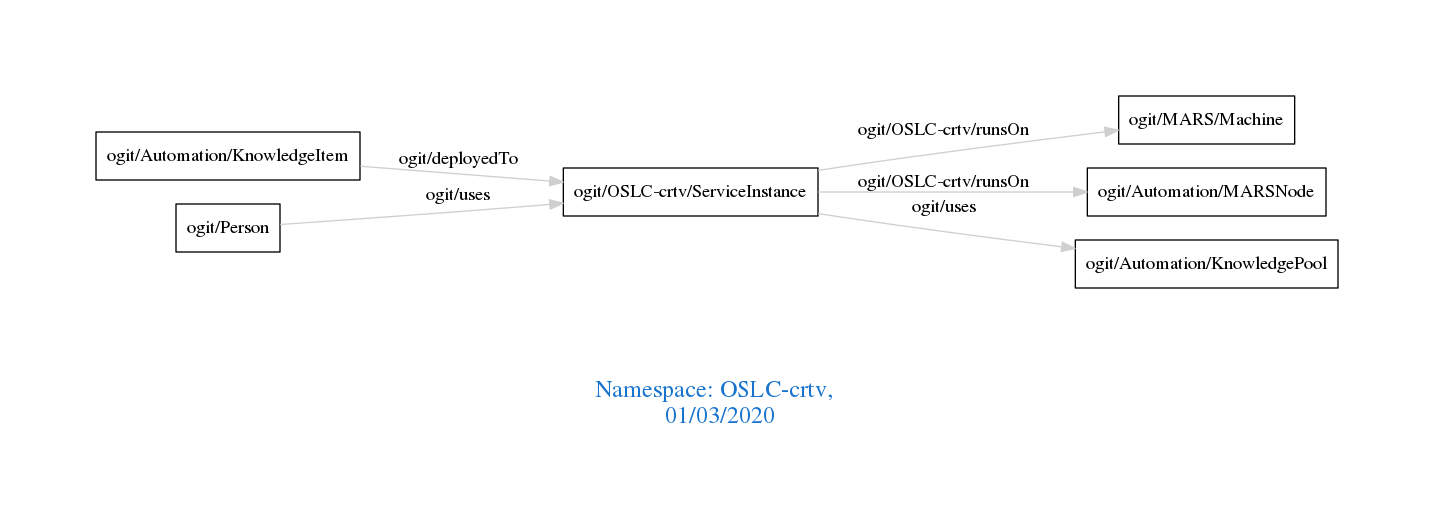
The Graphviz diagram downloads/OSLC-crtv.png in arago/OGIT, before a commit. Its source is kept beside it as downloads/OSLC-crtv.dot.
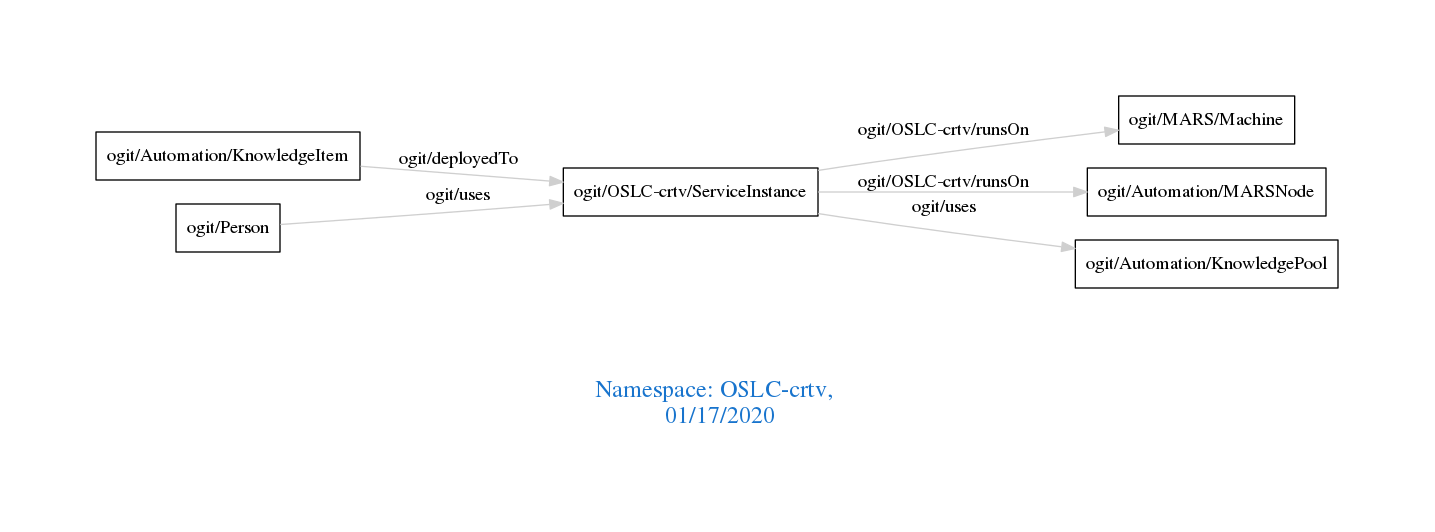
Above is the later version.

Change to the diagram source:
```diff
@@ -1,7 +1,7 @@
 digraph OGIT_ontology {
  graph [ rankdir= LR,pad=1
 fontsize = 18,
-fontcolor= dodgerblue3,label = "\n\n\nNamespace: OSLC-crtv, \n 01/03/2020"];
+fontcolor= dodgerblue3,label = "\n\n\nNamespace: OSLC-crtv, \n 01/17/2020"];
 node[shape=polygon];
 edge [  color="gray81"];
 
```
